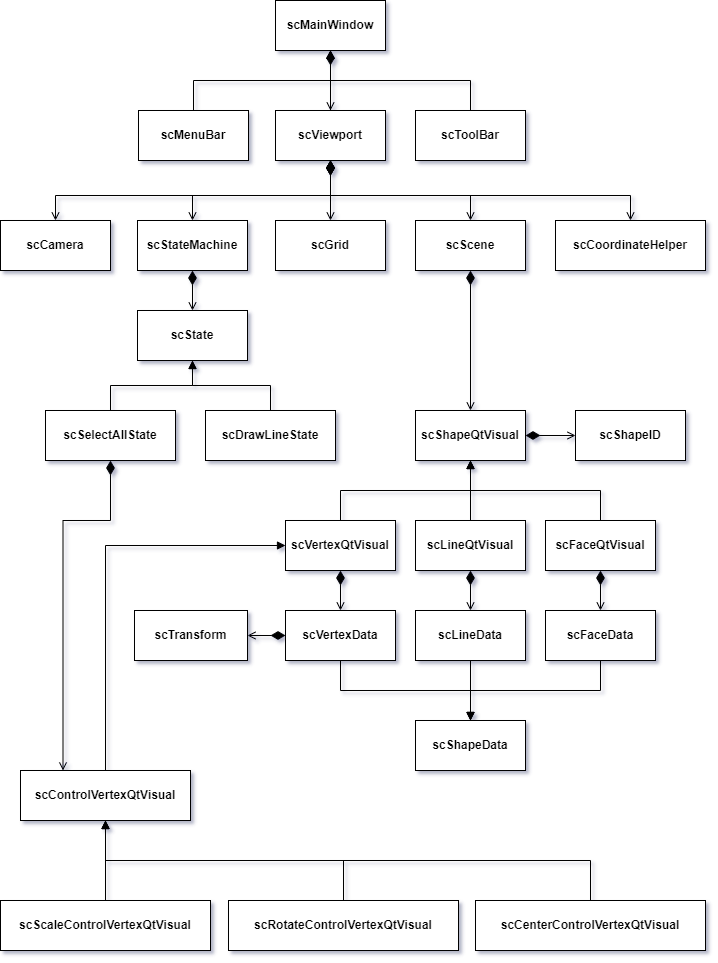
Earlier version of the draw.io export img/docs/scSimple2DCADDiagram.png (jakelee-zemotion/Simple2DCAD). Source tidied: cells renumbered, new cells last; positions are measured from the earlier drawing's top-left corner, leaving out a move shared by most shapes.
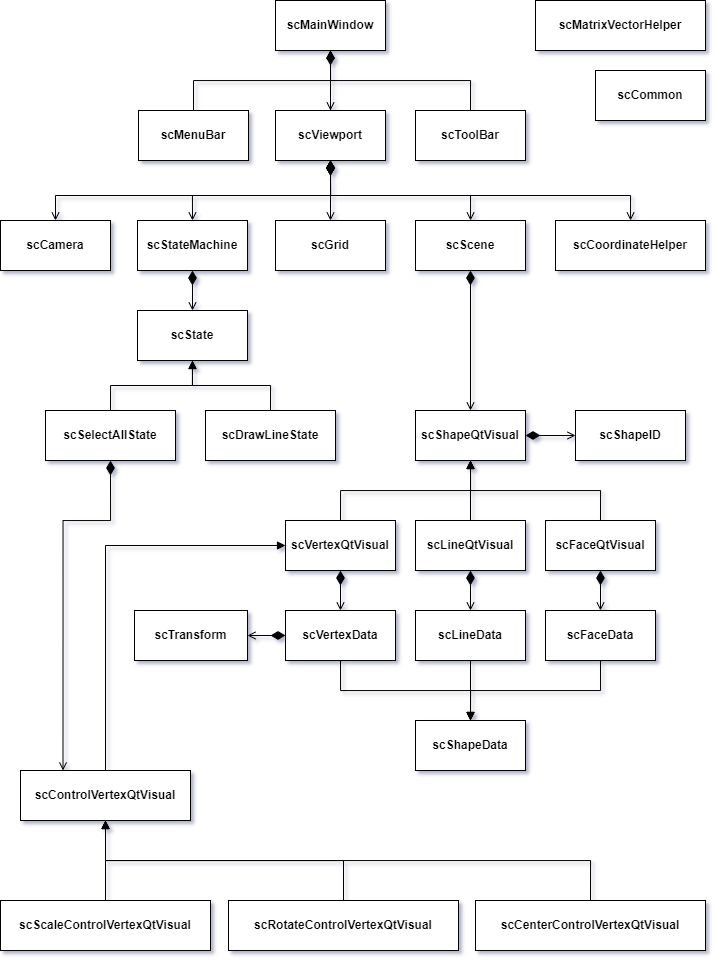
Above is the later version.

The edit, as a diff of the source:
```diff
@@ -186,5 +186,11 @@
     <mxCell id="56" value="&lt;b&gt;scLineQtVisual&lt;br&gt;&lt;/b&gt;" style="html=1;whiteSpace=wrap;" parent="1" vertex="1">
       <mxGeometry x="415" y="520" width="110" height="50" as="geometry" />
     </mxCell>
+    <mxCell id="57" value="&lt;b&gt;scCommon&lt;br&gt;&lt;/b&gt;" style="html=1;whiteSpace=wrap;" parent="1" vertex="1">
+      <mxGeometry x="595" y="70" width="110" height="50" as="geometry" />
+    </mxCell>
+    <mxCell id="58" value="&lt;b&gt;scMatrixVectorHelper&lt;br&gt;&lt;/b&gt;" style="html=1;whiteSpace=wrap;" parent="1" vertex="1">
+      <mxGeometry x="535" width="170" height="50" as="geometry" />
+    </mxCell>
   </root>
 </mxGraphModel>
```
